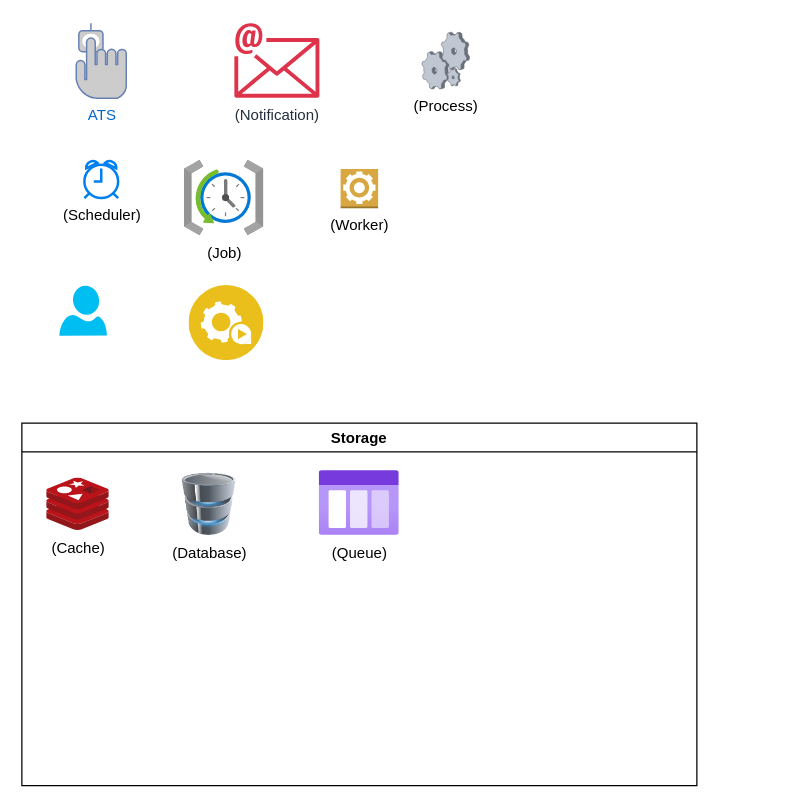
jonreygalera/diagram keeps this draw.io diagram as Assets.drawio. Above is the earlier version. Source tidied: cells renumbered, new cells numbered last; positions are measured from the earlier drawing's top-left corner, leaving out a move shared by most shapes. Both pictures are drawn from the tidied source at 125%, with x=0, y=0 at pixel (21, 22).
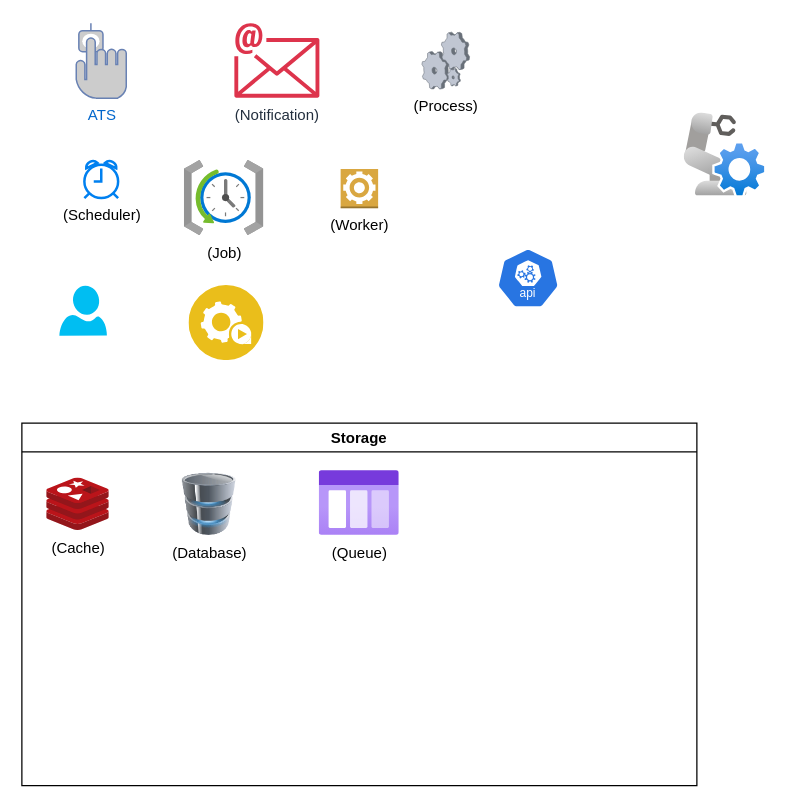
The same diagram, later.

The edit, as a diff of the source:
```diff
@@
 <mxGraphModel>
   <root>
     <mxCell id="0" />
     <mxCell id="1" parent="0" />
     <mxCell id="2" value="(Scheduler)" style="html=1;verticalLabelPosition=bottom;align=center;labelBackgroundColor=#ffffff;verticalAlign=top;strokeWidth=2;strokeColor=#0080F0;shadow=0;dashed=0;shape=mxgraph.ios7.icons.alarm_clock;" parent="1" vertex="1">
       <mxGeometry x="50" y="110" width="27" height="30" as="geometry" />
     </mxCell>
     <mxCell id="3" value="(Process)" style="verticalLabelPosition=bottom;sketch=0;html=1;verticalAlign=top;strokeColor=none;align=center;shape=mxgraph.citrix.process;" parent="1" vertex="1">
       <mxGeometry x="320" y="7.2" width="38.2" height="45.5" as="geometry" />
     </mxCell>
     <mxCell id="4" value="Storage" style="swimlane;whiteSpace=wrap;html=1;" parent="1" vertex="1">
       <mxGeometry y="320" width="540" height="290" as="geometry" />
     </mxCell>
     <mxCell id="5" value="(Cache)" style="image;sketch=0;html=1;align=center;fontSize=12;image=img/lib/mscae/Cache_Redis_Product.svg;" parent="4" vertex="1">
       <mxGeometry x="20" y="44" width="50" height="42" as="geometry" />
     </mxCell>
     <mxCell id="6" value="(Database)" style="image;html=1;image=img/lib/clip_art/computers/Database_128x128.png;" parent="4" vertex="1">
       <mxGeometry x="110" y="40" width="80" height="50" as="geometry" />
     </mxCell>
     <mxCell id="7" value="&lt;font&gt;(Queue)&lt;/font&gt;" style="image;html=1;align=center;fontSize=12;image=img/lib/azure2/general/Storage_Queue.svg;" parent="4" vertex="1">
       <mxGeometry x="238" y="38" width="64" height="52" as="geometry" />
     </mxCell>
     <mxCell id="8" value="&lt;font&gt;ATS&lt;/font&gt;" style="fontColor=#0066CC;verticalAlign=top;verticalLabelPosition=bottom;labelPosition=center;align=center;html=1;fillColor=#CCCCCC;strokeColor=#6881B3;gradientColor=none;gradientDirection=north;strokeWidth=2;shape=mxgraph.networks.biometric_reader;" parent="1" vertex="1">
       <mxGeometry x="43.5" width="40" height="60" as="geometry" />
     </mxCell>
     <mxCell id="9" value="(Notification)" style="sketch=0;fontColor=#232F3E;gradientColor=none;fillColor=#DD344C;strokeColor=none;dashed=0;verticalLabelPosition=bottom;verticalAlign=top;align=center;html=1;fontSize=12;fontStyle=0;shape=mxgraph.aws4.email;" parent="1" vertex="1">
       <mxGeometry x="170" y="-0.2" width="68" height="60.1" as="geometry" />
     </mxCell>
     <mxCell id="10" value="(Job)" style="image;html=1;align=center;fontSize=12;image=img/lib/azure2/management_governance/Scheduler_Job_Collections.svg;" parent="1" vertex="1">
       <mxGeometry x="130" y="110" width="63.8" height="60" as="geometry" />
     </mxCell>
     <mxCell id="11" value="(Worker)" style="dashed=0;verticalLabelPosition=bottom;verticalAlign=top;align=center;html=1;shape=mxgraph.aws3.worker;fillColor=#D9A741;gradientColor=none;" parent="1" vertex="1">
       <mxGeometry x="255" y="116.6" width="30" height="31.5" as="geometry" />
     </mxCell>
     <mxCell id="12" style="verticalLabelPosition=bottom;html=1;verticalAlign=top;align=center;strokeColor=none;fillColor=#00BEF2;shape=mxgraph.azure.user;" parent="1" vertex="1">
       <mxGeometry x="30" y="210" width="38" height="40" as="geometry" />
     </mxCell>
     <mxCell id="13" style="image;perimeter=ellipsePerimeter;html=1;align=center;shadow=0;dashed=0;fontColor=#4277BB;labelBackgroundColor=default;fontSize=12;spacingTop=3;image=img/lib/ibm/applications/automation_tools.svg;" parent="1" vertex="1">
       <mxGeometry x="133.8" y="210" width="60" height="60" as="geometry" />
     </mxCell>
+    <mxCell id="14" style="sketch=0;html=1;dashed=0;whitespace=wrap;verticalLabelPosition=bottom;verticalAlign=top;fillColor=#2875E2;strokeColor=#ffffff;shape=mxgraph.kubernetes.icon2;kubernetesLabel=1;prIcon=api;" parent="1" vertex="1">
+      <mxGeometry x="380" y="180" width="50" height="48" as="geometry" />
+    </mxCell>
+    <mxCell id="15" style="image;html=1;align=center;fontSize=12;image=img/lib/azure2/other/Defender_Robot_Controller.svg;" parent="1" vertex="1">
+      <mxGeometry x="530" y="72" width="66.2" height="68" as="geometry" />
+    </mxCell>
   </root>
 </mxGraphModel>
```
